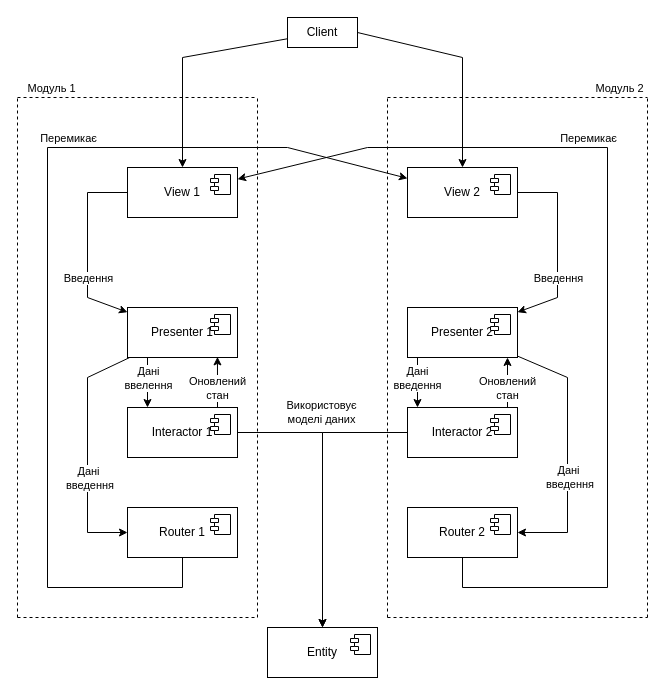
Before: diagrams/architectural/1viper.drawio in Vlas1d/BasePatterns, a draw.io diagram. Source tidied: cells renumbered, new cells numbered last; positions are measured from the earlier drawing's top-left corner, leaving out a move shared by most shapes. Both pictures are drawn from the tidied source at 100%, with x=0, y=0 at pixel (17, 17).
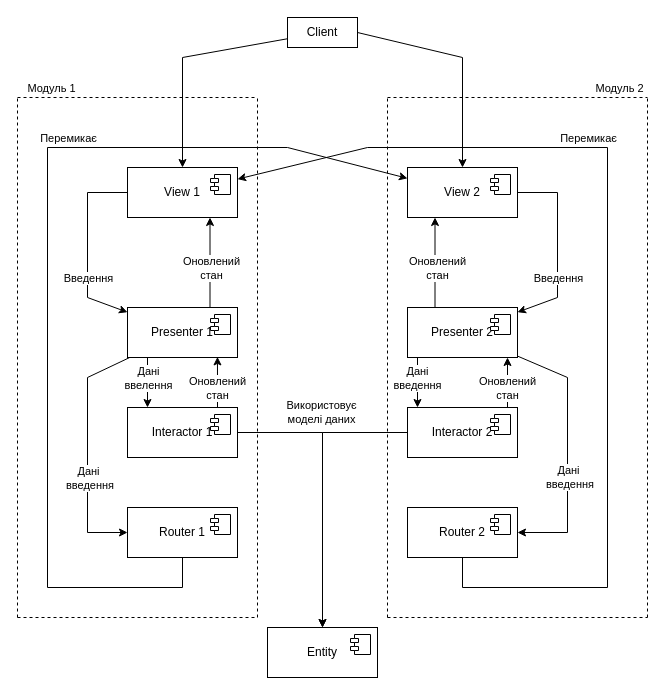
The same page after the edit.

Commit message (it also covers changes not shown here):
viper diagram

The change refers to these unchanged cells:
```xml
<mxCell id="4" value="View 1" style="html=1;whiteSpace=wrap;" parent="1" vertex="1">
  <mxGeometry x="110" y="150" width="110" height="50" as="geometry" />
</mxCell>
<mxCell id="9" value="Presenter 1" style="html=1;whiteSpace=wrap;" parent="1" vertex="1">
  <mxGeometry x="110" y="290" width="110" height="50" as="geometry" />
</mxCell>
<mxCell id="13" value="View 2" style="html=1;whiteSpace=wrap;" parent="1" vertex="1">
  <mxGeometry x="390" y="150" width="110" height="50" as="geometry" />
</mxCell>
<mxCell id="17" value="Presenter 2" style="html=1;whiteSpace=wrap;" parent="1" vertex="1">
  <mxGeometry x="390" y="290" width="110" height="50" as="geometry" />
</mxCell>
```

What changed in the source:
```diff
@@
+    <mxCell id="56" style="endArrow=classic;html=1;rounded=0;exitX=0.75;exitY=0;exitDx=0;exitDy=0;entryX=0.75;entryY=1;entryDx=0;entryDy=0;" parent="1" edge="1" source="9" target="4">
+      <mxGeometry relative="1" as="geometry" />
+    </mxCell>
+    <mxCell id="57" value="Оновлений&lt;br&gt;стан" style="edgeLabel;html=1;align=center;verticalAlign=middle;" parent="56" vertex="1">
+      <mxGeometry x="-0.27" y="-1" relative="1" as="geometry">
+        <mxPoint y="-7" as="offset" />
+      </mxGeometry>
+    </mxCell>
+    <mxCell id="58" style="endArrow=classic;html=1;rounded=0;exitX=0.25;exitY=0;exitDx=0;exitDy=0;entryX=0.25;entryY=1;entryDx=0;entryDy=0;" parent="1" edge="1" source="17" target="13">
+      <mxGeometry relative="1" as="geometry" />
+    </mxCell>
+    <mxCell id="59" value="Оновлений&lt;br&gt;стан" style="edgeLabel;html=1;align=center;verticalAlign=middle;" parent="58" vertex="1">
+      <mxGeometry x="-0.32" y="-2" relative="1" as="geometry">
+        <mxPoint y="-9" as="offset" />
+      </mxGeometry>
+    </mxCell>
```
